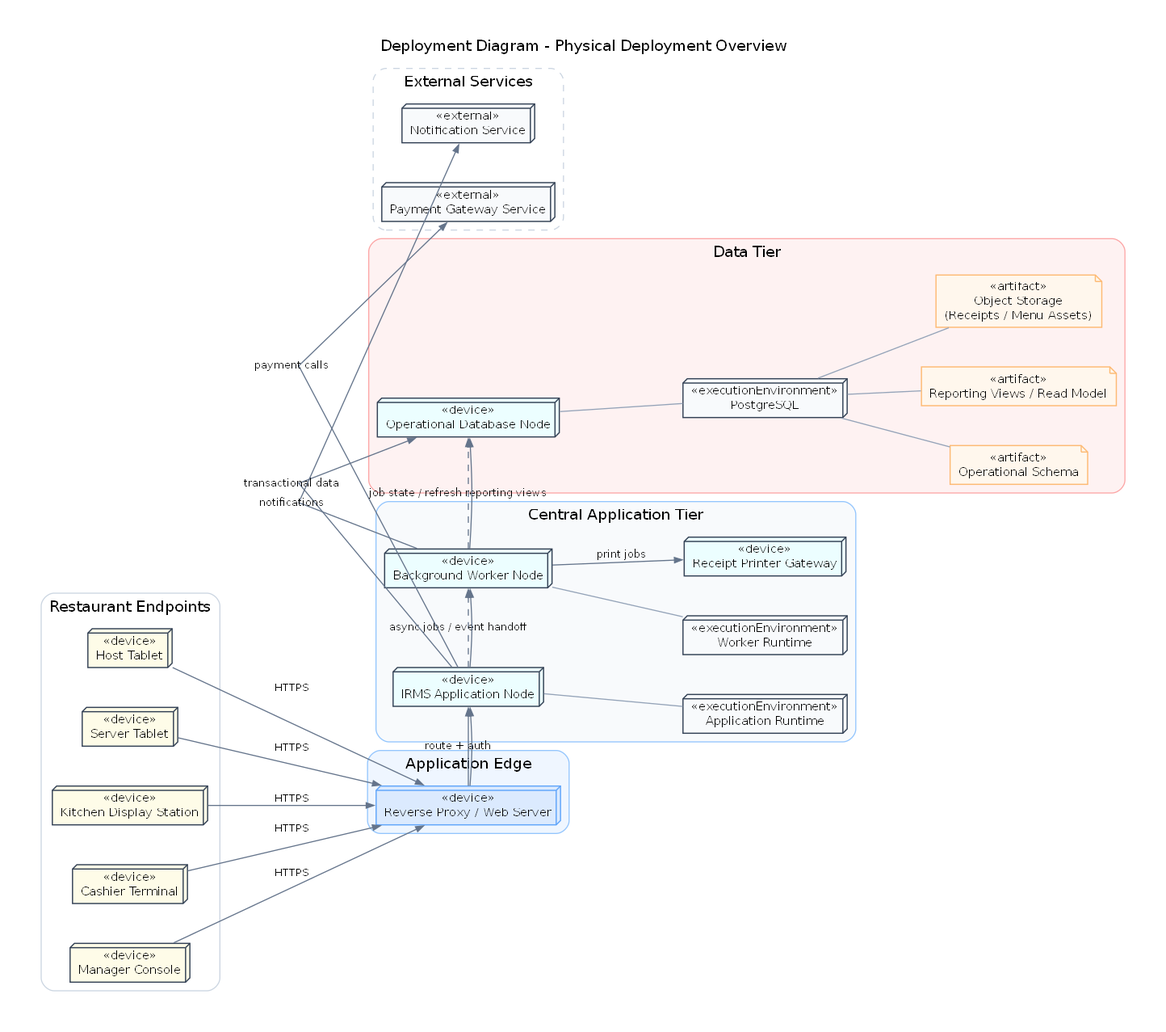
lehoangluan1/SA_IRMS keeps this Graphviz diagram as assets/diagrams/rendered/architecture/15_deployment_diagram_physical_deployment_overview.png. Above is the earlier version. Its source is kept beside it as assets/diagrams/source/architecture/15_deployment_diagram_physical_deployment_overview.dot.
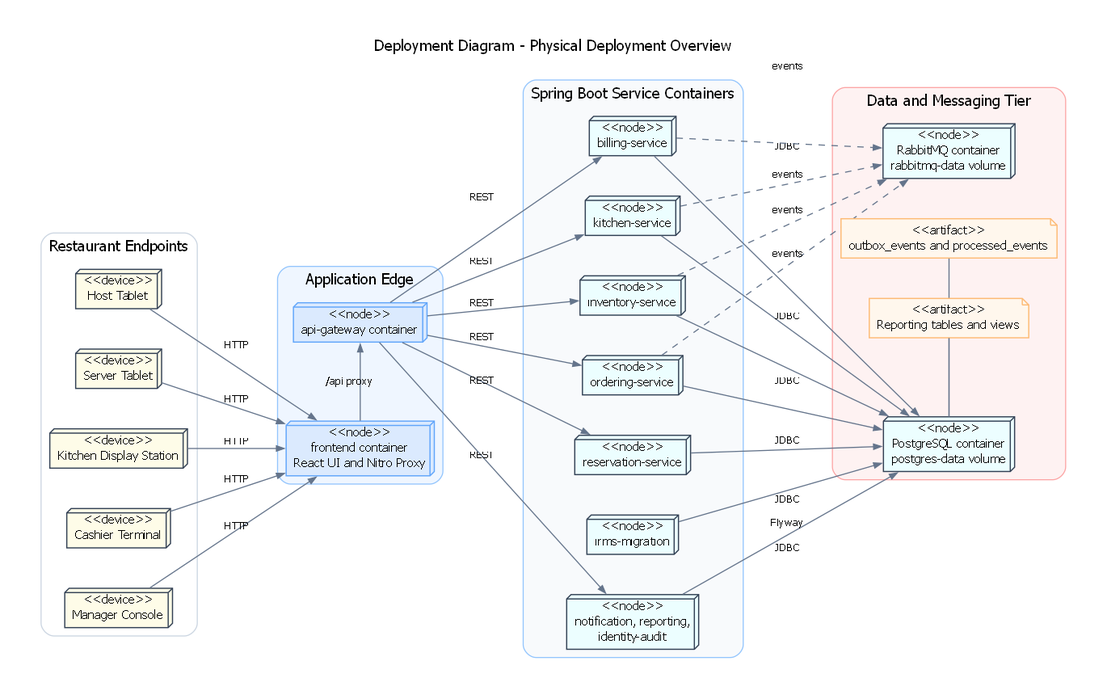
After the commit.

What changed in the source:
```diff
@@ -13,56 +13,18 @@
     label="Deployment Diagram - Physical Deployment Overview"
   ];
 
-  node [
-    fontname="DejaVu Sans",
-    fontsize=11,
-    color="#334155",
-    penwidth=1.1,
-    style="filled"
-  ];
-
-  edge [
-    fontname="DejaVu Sans",
-    fontsize=10,
-    color="#64748B",
-    penwidth=1.0,
-    arrowsize=0.72
-  ];
+  node [fontname="DejaVu Sans", fontsize=11, color="#334155", penwidth=1.1, style="filled"];
+  edge [fontname="DejaVu Sans", fontsize=10, color="#64748B", penwidth=1.0, arrowsize=0.72];
 
   subgraph cluster_clients {
     label="Restaurant Endpoints";
     color="#CBD5E1";
     style="rounded";
-
-    host [
-      shape=box3d,
-      fillcolor="#FEFCE8",
-      label="«device»\nHost Tablet"
-    ];
-
-    server [
-      shape=box3d,
-      fillcolor="#FEFCE8",
-      label="«device»\nServer Tablet"
-    ];
-
-    kitchen [
-      shape=box3d,
-      fillcolor="#FEFCE8",
-      label="«device»\nKitchen Display Station"
-    ];
-
-    cashier [
-      shape=box3d,
-      fillcolor="#FEFCE8",
-      label="«device»\nCashier Terminal"
-    ];
-
-    manager [
-      shape=box3d,
-      fillcolor="#FEFCE8",
-      label="«device»\nManager Console"
-    ];
+    host [shape=box3d, fillcolor="#FEFCE8", label="<<device>>\nHost Tablet"];
+    server [shape=box3d, fillcolor="#FEFCE8", label="<<device>>\nServer Tablet"];
+    kitchen [shape=box3d, fillcolor="#FEFCE8", label="<<device>>\nKitchen Display Station"];
+    cashier [shape=box3d, fillcolor="#FEFCE8", label="<<device>>\nCashier Terminal"];
+    manager [shape=box3d, fillcolor="#FEFCE8", label="<<device>>\nManager Console"];
   }
 
   subgraph cluster_edge {
@@ -70,136 +32,65 @@
     color="#93C5FD";
     style="rounded,filled";
     fillcolor="#EFF6FF";
-
-    proxy [
-      shape=box3d,
-      fillcolor="#DBEAFE",
-      color="#60A5FA",
-      label="«device»\nReverse Proxy / Web Server"
-    ];
+    frontend [shape=box3d, fillcolor="#DBEAFE", color="#60A5FA", label="<<node>>\nfrontend container\nReact UI and Nitro Proxy"];
+    gateway [shape=box3d, fillcolor="#DBEAFE", color="#60A5FA", label="<<node>>\napi-gateway container"];
   }
 
   subgraph cluster_core {
-    label="Central Application Tier";
+    label="Spring Boot Service Containers";
     color="#93C5FD";
     style="rounded,filled";
     fillcolor="#F8FAFC";
-
-    apphost [
-      shape=box3d,
-      fillcolor="#ECFEFF",
-      label="«device»\nIRMS Application Node"
-    ];
-
-    apprt [
-      shape=box3d,
-      fillcolor="#F8FAFC",
-      label="«executionEnvironment»\nApplication Runtime"
-    ];
-
-    workerh [
-      shape=box3d,
-      fillcolor="#ECFEFF",
-      label="«device»\nBackground Worker Node"
-    ];
-
-    workrt [
-      shape=box3d,
-      fillcolor="#F8FAFC",
-      label="«executionEnvironment»\nWorker Runtime"
-    ];
-
-    printer [
-      shape=box3d,
-      fillcolor="#ECFEFF",
-      label="«device»\nReceipt Printer Gateway"
-    ];
-
-    apphost -> apprt [arrowhead=none, color="#94A3B8"];
-    workerh -> workrt [arrowhead=none, color="#94A3B8"];
+    ordering [shape=box3d, fillcolor="#ECFEFF", label="<<node>>\nordering-service"];
+    kitchen_service [shape=box3d, fillcolor="#ECFEFF", label="<<node>>\nkitchen-service"];
+    billing [shape=box3d, fillcolor="#ECFEFF", label="<<node>>\nbilling-service"];
+    reservation [shape=box3d, fillcolor="#ECFEFF", label="<<node>>\nreservation-service"];
+    inventory [shape=box3d, fillcolor="#ECFEFF", label="<<node>>\ninventory-service"];
+    support [shape=box3d, fillcolor="#ECFEFF", label="<<node>>\nnotification, reporting,\nidentity-audit"];
+    migration [shape=box3d, fillcolor="#ECFEFF", label="<<node>>\nirms-migration"];
   }
 
   subgraph cluster_data {
-    label="Data Tier";
+    label="Data and Messaging Tier";
     color="#FCA5A5";
     style="rounded,filled";
     fillcolor="#FEF2F2";
-
-    dbhost [
-      shape=box3d,
-      fillcolor="#ECFEFF",
-      label="«device»\nOperational Database Node"
-    ];
-
-    pg [
-      shape=box3d,
-      fillcolor="#F8FAFC",
-      label="«executionEnvironment»\nPostgreSQL"
-    ];
-
-    opdb [
-      shape=note,
-      fillcolor="#FFF7ED",
-      color="#FDBA74",
-      label="«artifact»\nOperational Schema"
-    ];
-
-    readm [
-      shape=note,
-      fillcolor="#FFF7ED",
-      color="#FDBA74",
-      label="«artifact»\nReporting Views / Read Model"
-    ];
-
-    objstore [
-      shape=note,
-      fillcolor="#FFF7ED",
-      color="#FDBA74",
-      label="«artifact»\nObject Storage\n(Receipts / Menu Assets)"
-    ];
-
-    dbhost -> pg [arrowhead=none, color="#94A3B8"];
-    pg -> opdb [arrowhead=none, color="#94A3B8"];
-    pg -> readm [arrowhead=none, color="#94A3B8"];
-    pg -> objstore [arrowhead=none, color="#94A3B8"];
-  }
-
-  subgraph cluster_external {
-    label="External Services";
-    color="#CBD5E1";
-    style="rounded,dashed";
-
-    payment [
-      shape=box3d,
-      fillcolor="#F8FAFC",
-      label="«external»\nPayment Gateway Service"
-    ];
-
-    notify [
-      shape=box3d,
-      fillcolor="#F8FAFC",
-      label="«external»\nNotification Service"
-    ];
+    postgres [shape=box3d, fillcolor="#ECFEFF", label="<<node>>\nPostgreSQL container\npostgres-data volume"];
+    rabbitmq [shape=box3d, fillcolor="#ECFEFF", label="<<node>>\nRabbitMQ container\nrabbitmq-data volume"];
+    outbox [shape=note, fillcolor="#FFF7ED", color="#FDBA74", label="<<artifact>>\noutbox_events and processed_events"];
+    readm [shape=note, fillcolor="#FFF7ED", color="#FDBA74", label="<<artifact>>\nReporting tables and views"];
   }
 
   { rank=same; host; server; kitchen; cashier; manager; }
-  { rank=same; proxy; apphost; workerh; dbhost; payment; notify; }
+  { rank=same; frontend; gateway; }
+  { rank=same; ordering; kitchen_service; billing; reservation; inventory; support; migration; }
+  { rank=same; postgres; rabbitmq; outbox; readm; }
 
-  host    -> proxy [label="HTTPS"];
-  server  -> proxy [label="HTTPS"];
-  kitchen -> proxy [label="HTTPS"];
-  cashier -> proxy [label="HTTPS"];
-  manager -> proxy [label="HTTPS"];
+  host -> frontend [label="HTTP"];
+  server -> frontend [label="HTTP"];
+  kitchen -> frontend [label="HTTP"];
+  cashier -> frontend [label="HTTP"];
+  manager -> frontend [label="HTTP"];
 
-  proxy   -> apphost [label="route + auth"];
-  apphost -> dbhost  [label="transactional data"];
-  apphost -> workerh [label="async jobs / event handoff", style=dashed];
-  workerh -> dbhost  [label="job state / refresh reporting views", style=dashed];
-  apphost -> payment [label="payment calls"];
-  workerh -> notify  [label="notifications"];
-  workerh -> printer [label="print jobs"];
+  frontend -> gateway [label="/api proxy"];
+  gateway -> ordering [label="REST"];
+  gateway -> kitchen_service [label="REST"];
+  gateway -> billing [label="REST"];
+  gateway -> reservation [label="REST"];
+  gateway -> inventory [label="REST"];
+  gateway -> support [label="REST"];
 
-  proxy  -> apphost [weight=8];
-  apphost -> workerh [weight=6];
-  workerh -> dbhost [weight=6];
+  ordering -> postgres [label="JDBC"];
+  kitchen_service -> postgres [label="JDBC"];
+  billing -> postgres [label="JDBC"];
+  reservation -> postgres [label="JDBC"];
+  inventory -> postgres [label="JDBC"];
+  support -> postgres [label="JDBC"];
+  migration -> postgres [label="Flyway"];
+  ordering -> rabbitmq [style=dashed, label="events"];
+  kitchen_service -> rabbitmq [style=dashed, label="events"];
+  billing -> rabbitmq [style=dashed, label="events"];
+  inventory -> rabbitmq [style=dashed, label="events"];
+  postgres -> outbox [arrowhead=none];
+  postgres -> readm [arrowhead=none];
 }
```
